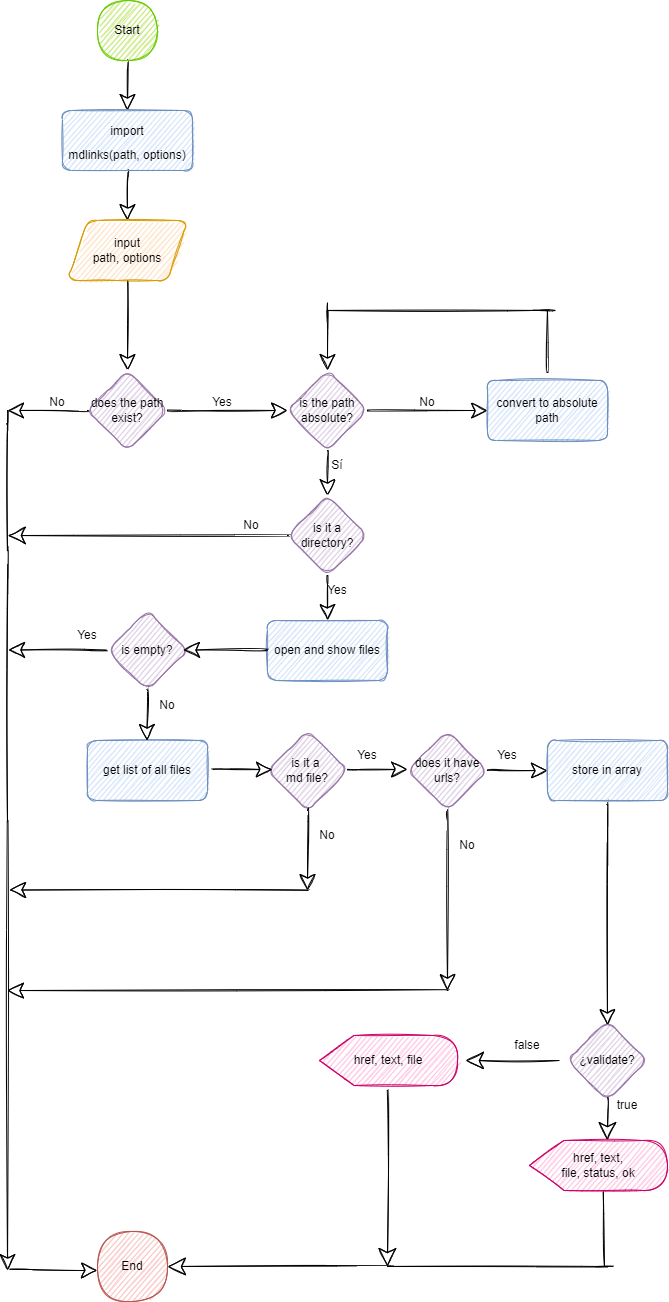
Above: API-flowchart.png in fio-azahuanche/LIM016-md-links (draw.io), before the change. Source tidied: cells renumbered, new cells last; positions are measured from the earlier drawing's top-left corner, leaving out a move shared by most shapes.
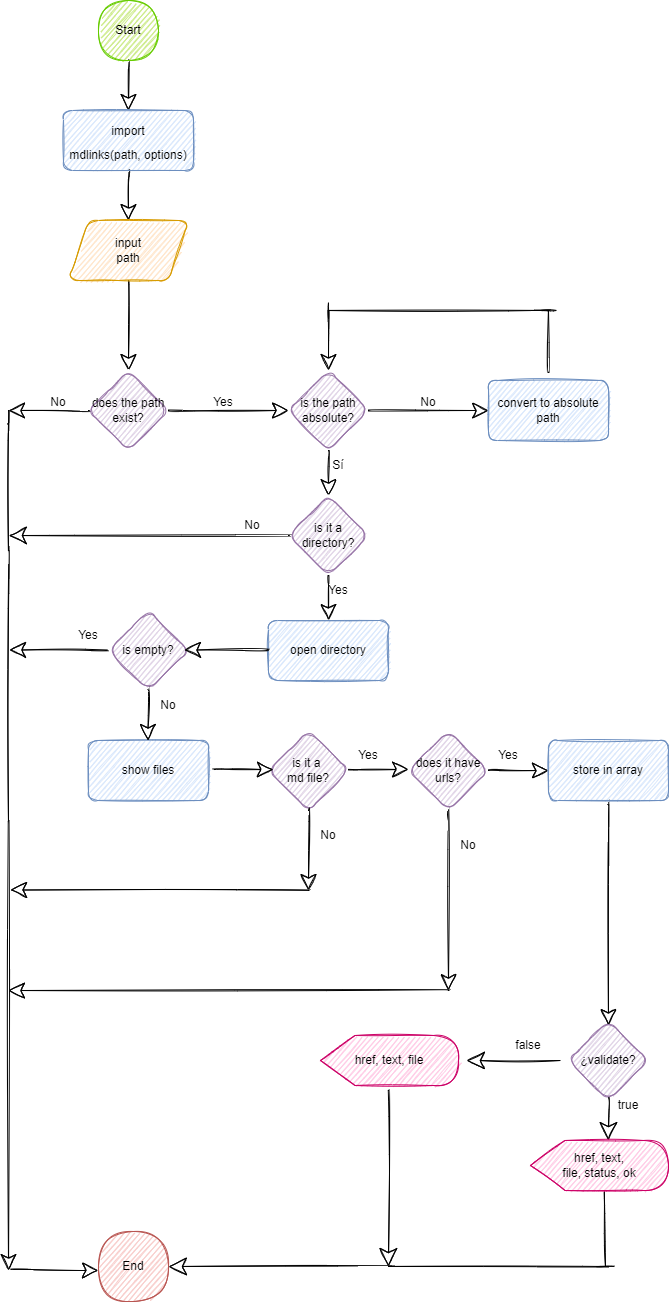
Above is the later version.

What changed in the source:
```diff
@@ -20,7 +20,7 @@
     <mxCell id="7" style="edgeStyle=none;curved=1;rounded=0;sketch=1;hachureGap=4;jettySize=auto;html=1;fontFamily=Helvetica;fontSize=12;endArrow=classic;endFill=0;startSize=14;endSize=14;sourcePerimeterSpacing=8;targetPerimeterSpacing=8;exitX=0.5;exitY=1;exitDx=0;exitDy=0;entryX=0.5;entryY=0;entryDx=0;entryDy=0;" parent="1" edge="1" source="8" target="11">
       <mxGeometry relative="1" as="geometry" />
     </mxCell>
-    <mxCell id="8" value="input&lt;br&gt;path, options" style="shape=parallelogram;perimeter=parallelogramPerimeter;whiteSpace=wrap;html=1;fixedSize=1;rounded=1;glass=0;sketch=1;hachureGap=4;fontFamily=Helvetica;fontSize=12;strokeColor=#d79b00;fillColor=#ffe6cc;" parent="1" vertex="1">
+    <mxCell id="8" value="input&lt;br&gt;path" style="shape=parallelogram;perimeter=parallelogramPerimeter;whiteSpace=wrap;html=1;fixedSize=1;rounded=1;glass=0;sketch=1;hachureGap=4;fontFamily=Helvetica;fontSize=12;strokeColor=#d79b00;fillColor=#ffe6cc;" parent="1" vertex="1">
       <mxGeometry x="60" y="220" width="120" height="60" as="geometry" />
     </mxCell>
     <mxCell id="9" style="edgeStyle=none;curved=1;rounded=0;sketch=1;hachureGap=4;jettySize=auto;html=1;fontFamily=Helvetica;fontSize=12;endArrow=classic;endFill=0;startSize=14;endSize=14;sourcePerimeterSpacing=8;targetPerimeterSpacing=8;exitX=0;exitY=0.5;exitDx=0;exitDy=0;" parent="1" edge="1" source="11">
@@ -91,7 +91,7 @@
         <mxPoint y="550" as="targetPoint" />
       </mxGeometry>
     </mxCell>
-    <mxCell id="25" value="open and show files" style="whiteSpace=wrap;html=1;rounded=1;glass=0;sketch=1;hachureGap=4;fontFamily=Helvetica;fontSize=12;strokeColor=#6c8ebf;fillColor=#dae8fc;" parent="1" vertex="1">
+    <mxCell id="25" value="open directory" style="whiteSpace=wrap;html=1;rounded=1;glass=0;sketch=1;hachureGap=4;fontFamily=Helvetica;fontSize=12;strokeColor=#6c8ebf;fillColor=#dae8fc;" parent="1" vertex="1">
       <mxGeometry x="260" y="620" width="120" height="60" as="geometry" />
     </mxCell>
     <mxCell id="26" value="is empty?" style="rhombus;whiteSpace=wrap;html=1;rounded=1;glass=0;sketch=1;hachureGap=4;fontFamily=Helvetica;fontSize=12;strokeColor=#9673a6;fillColor=#e1d5e7;" parent="1" vertex="1">
@@ -124,7 +124,7 @@
     <mxCell id="34" value="Yes" style="text;strokeColor=none;fillColor=none;html=1;align=center;verticalAlign=middle;whiteSpace=wrap;rounded=0;glass=0;sketch=1;hachureGap=4;fontFamily=Helvetica;fontSize=12;" parent="1" vertex="1">
       <mxGeometry x="50" y="620" width="60" height="30" as="geometry" />
     </mxCell>
-    <mxCell id="35" value="get list of all files" style="whiteSpace=wrap;html=1;rounded=1;glass=0;sketch=1;hachureGap=4;fontFamily=Helvetica;fontSize=12;strokeColor=#6c8ebf;fillColor=#dae8fc;" parent="1" vertex="1">
+    <mxCell id="35" value="show files" style="whiteSpace=wrap;html=1;rounded=1;glass=0;sketch=1;hachureGap=4;fontFamily=Helvetica;fontSize=12;strokeColor=#6c8ebf;fillColor=#dae8fc;" parent="1" vertex="1">
       <mxGeometry x="80" y="740" width="120" height="60" as="geometry" />
     </mxCell>
     <mxCell id="36" style="edgeStyle=none;curved=1;rounded=0;sketch=1;hachureGap=4;orthogonalLoop=1;jettySize=auto;html=1;fontFamily=Helvetica;fontSize=12;endArrow=classic;endFill=0;startSize=14;endSize=14;sourcePerimeterSpacing=8;targetPerimeterSpacing=8;" parent="1" edge="1">
```
